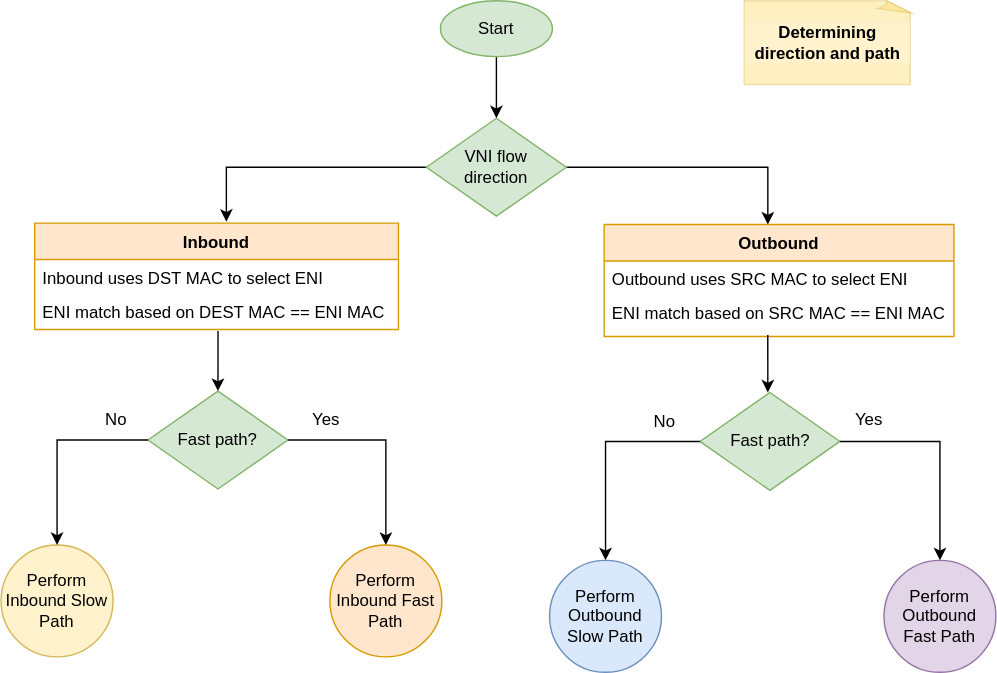
This is documentation/general/design/images/sdn/eni-match-flow-direction.svg from sonic-net/DASH, a draw.io export, as it was before one commit. Source tidied: cells renumbered, new cells last; positions are measured from the earlier drawing's top-left corner, leaving out a move shared by most shapes.
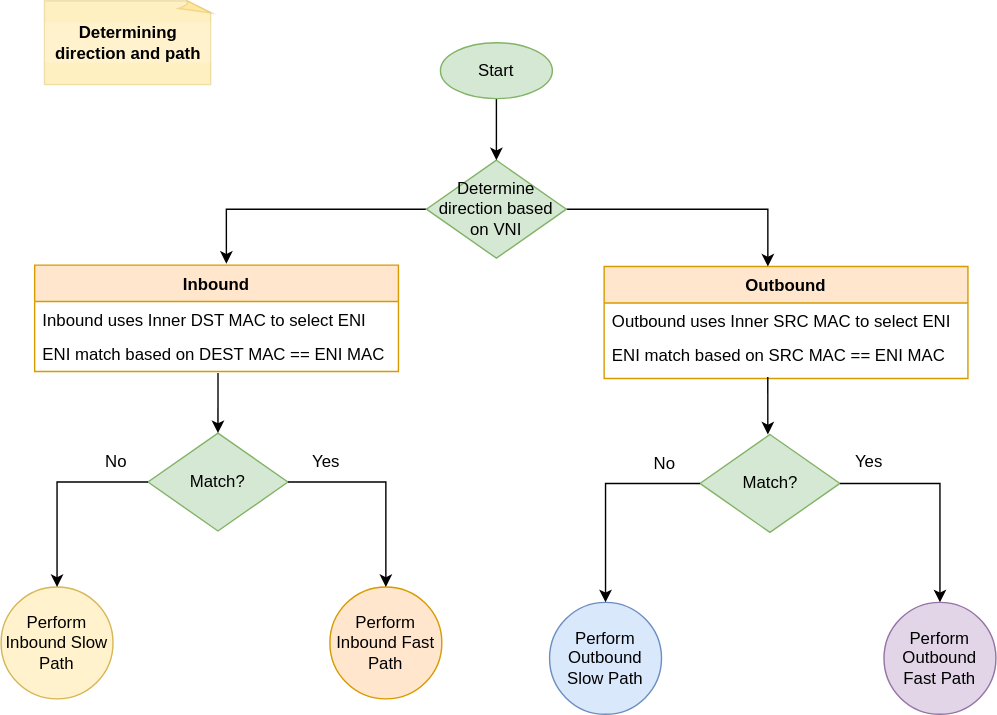
Later version of the same file.

Diff of the diagram source:
```diff
@@ -5,20 +5,20 @@
     <mxCell id="2" value="Inbound" style="swimlane;fontStyle=1;horizontal=1;startSize=26;fillColor=#ffe6cc;fontSize=12;strokeColor=#d79b00;" parent="1" vertex="1">
       <mxGeometry x="24" y="159" width="260" height="76" as="geometry" />
     </mxCell>
-    <mxCell id="3" value="Inbound uses DST MAC to select ENI" style="text;strokeColor=none;fillColor=none;align=left;verticalAlign=top;spacingLeft=4;spacingRight=4;overflow=hidden;fontSize=12;" parent="2" vertex="1">
+    <mxCell id="3" value="Inbound uses Inner DST MAC to select ENI" style="text;strokeColor=none;fillColor=none;align=left;verticalAlign=top;spacingLeft=4;spacingRight=4;overflow=hidden;fontSize=12;" parent="2" vertex="1">
       <mxGeometry y="26" width="260" height="24" as="geometry" />
     </mxCell>
     <mxCell id="4" value="ENI match based on DEST MAC == ENI MAC" style="text;strokeColor=none;fillColor=none;align=left;verticalAlign=top;spacingLeft=4;spacingRight=4;overflow=hidden;points=[[0,0.5],[1,0.5]];portConstraint=eastwest;fontSize=12;" parent="2" vertex="1">
       <mxGeometry y="50" width="260" height="26" as="geometry" />
     </mxCell>
     <mxCell id="5" value="Outbound" style="swimlane;fontStyle=1;horizontal=1;startSize=26;fillColor=#ffe6cc;fontSize=12;strokeColor=#d79b00;" parent="1" vertex="1">
-      <mxGeometry x="431" y="160" width="250" height="80" as="geometry" />
+      <mxGeometry x="431" y="160" width="260" height="80" as="geometry" />
     </mxCell>
-    <mxCell id="6" value="Outbound uses SRC MAC to select ENI" style="text;strokeColor=none;fillColor=none;align=left;verticalAlign=top;spacingLeft=4;spacingRight=4;overflow=hidden;fontSize=12;" parent="5" vertex="1">
-      <mxGeometry y="26" width="250" height="24" as="geometry" />
+    <mxCell id="6" value="Outbound uses Inner SRC MAC to select ENI" style="text;strokeColor=none;fillColor=none;align=left;verticalAlign=top;spacingLeft=4;spacingRight=4;overflow=hidden;fontSize=12;" parent="5" vertex="1">
+      <mxGeometry y="26" width="260" height="24" as="geometry" />
     </mxCell>
     <mxCell id="7" value="ENI match based on SRC MAC == ENI MAC" style="text;strokeColor=none;fillColor=none;align=left;verticalAlign=top;spacingLeft=4;spacingRight=4;overflow=hidden;fontSize=12;" parent="5" vertex="1">
-      <mxGeometry y="50" width="250" height="30" as="geometry" />
+      <mxGeometry y="50" width="260" height="30" as="geometry" />
     </mxCell>
     <mxCell id="8" style="edgeStyle=orthogonalEdgeStyle;rounded=0;jettySize=auto;html=1;entryX=0.527;entryY=-0.013;entryDx=0;entryDy=0;entryPerimeter=0;fontSize=12;exitX=0;exitY=0.5;exitDx=0;exitDy=0;" parent="1" edge="1" source="10" target="2">
       <mxGeometry relative="1" as="geometry" />
@@ -28,7 +28,7 @@
         <mxPoint x="548" y="160" as="targetPoint" />
       </mxGeometry>
     </mxCell>
-    <mxCell id="10" value="VNI flow&lt;br&gt;direction" style="rhombus;whiteSpace=wrap;html=1;fontSize=12;fillColor=#d5e8d4;strokeColor=#82b366;" parent="1" vertex="1">
+    <mxCell id="10" value="Determine direction based on VNI" style="rhombus;whiteSpace=wrap;html=1;fontSize=12;fillColor=#d5e8d4;strokeColor=#82b366;" parent="1" vertex="1">
       <mxGeometry x="304" y="84" width="100" height="70" as="geometry" />
     </mxCell>
     <mxCell id="11" style="edgeStyle=orthogonalEdgeStyle;rounded=0;jettySize=auto;html=1;exitX=0.5;exitY=1;exitDx=0;exitDy=0;fontSize=12;" parent="1" edge="1" source="12" target="10">
@@ -40,7 +40,7 @@
     <mxCell id="13" style="group;" parent="1" vertex="1">
       <mxGeometry x="105" y="279" width="100" height="70" as="geometry" />
     </mxCell>
-    <mxCell id="14" value="Fast path?" style="rhombus;whiteSpace=wrap;html=1;fontSize=12;fillColor=#d5e8d4;strokeColor=#82b366;" parent="13" vertex="1">
+    <mxCell id="14" value="Match?" style="rhombus;whiteSpace=wrap;html=1;fontSize=12;fillColor=#d5e8d4;strokeColor=#82b366;" parent="13" vertex="1">
       <mxGeometry width="100" height="70" as="geometry" />
     </mxCell>
     <mxCell id="15" style="edgeStyle=orthogonalEdgeStyle;rounded=0;jettySize=auto;html=1;exitX=0.5;exitY=0;exitDx=0;exitDy=0;fontSize=12;startArrow=classic;startFill=1;endArrow=none;endFill=0;entryX=0.504;entryY=1.038;entryDx=0;entryDy=0;entryPerimeter=0;" parent="1" edge="1" source="14" target="4">
@@ -49,7 +49,7 @@
     <mxCell id="16" style="group;" parent="1" vertex="1">
       <mxGeometry x="499.5" y="280" width="100" height="70" as="geometry" />
     </mxCell>
-    <mxCell id="17" value="Fast path?" style="rhombus;whiteSpace=wrap;html=1;fontSize=12;fillColor=#d5e8d4;strokeColor=#82b366;" parent="16" vertex="1">
+    <mxCell id="17" value="Match?" style="rhombus;whiteSpace=wrap;html=1;fontSize=12;fillColor=#d5e8d4;strokeColor=#82b366;" parent="16" vertex="1">
       <mxGeometry width="100" height="70" as="geometry" />
     </mxCell>
     <mxCell id="18" style="edgeStyle=orthogonalEdgeStyle;rounded=0;orthogonalLoop=1;jettySize=auto;html=1;exitX=0.5;exitY=0;exitDx=0;exitDy=0;fontSize=12;startArrow=classic;startFill=1;endArrow=none;endFill=0;entryX=0.504;entryY=1.038;entryDx=0;entryDy=0;entryPerimeter=0;" parent="1" edge="1">
@@ -95,7 +95,7 @@
       <mxGeometry x="459" y="291" width="30" height="20" as="geometry" />
     </mxCell>
     <mxCell id="31" value="&lt;b&gt;Determining direction and path&lt;/b&gt;" style="whiteSpace=wrap;html=1;shape=mxgraph.basic.document;labelBackgroundColor=#FFF2CC;fontSize=12;strokeColor=#d6b656;strokeWidth=1;fillColor=#FFD966;opacity=40;fontStyle=0;" parent="1" vertex="1">
-      <mxGeometry x="531" width="120" height="60" as="geometry" />
+      <mxGeometry x="31" y="-30" width="120" height="60" as="geometry" />
     </mxCell>
   </root>
 </mxGraphModel>
```
